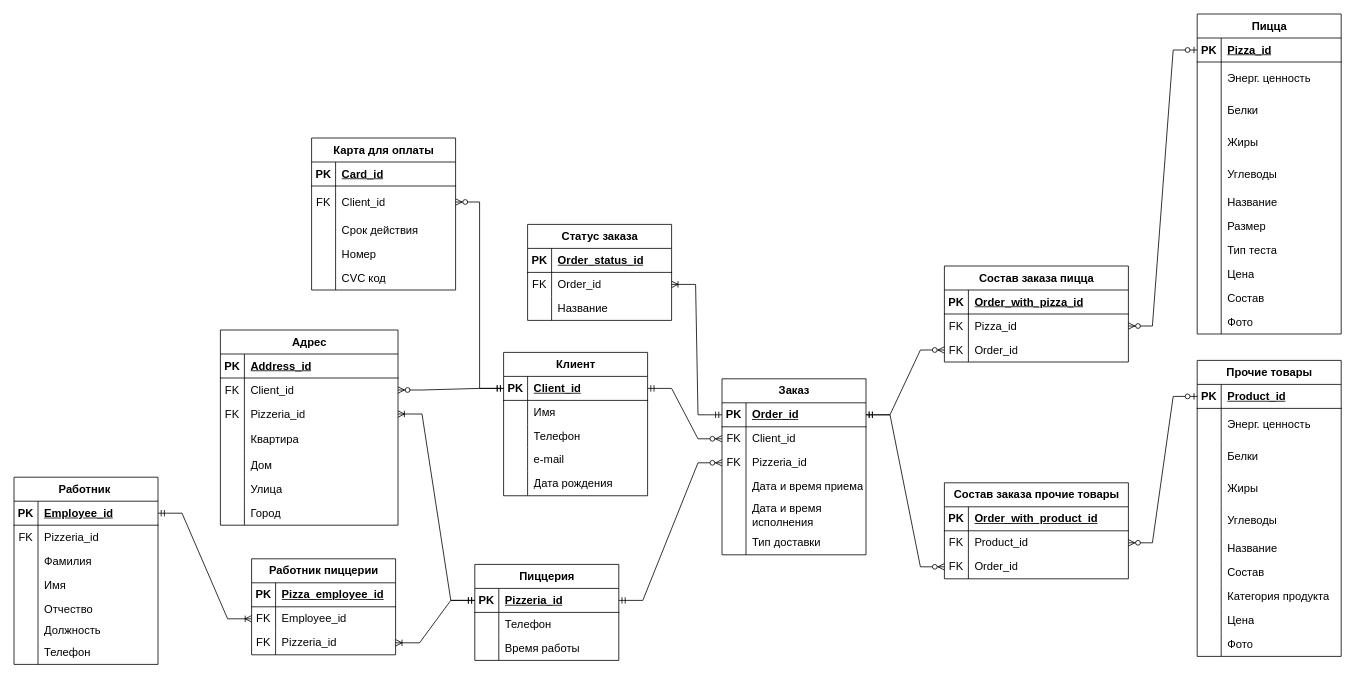
Earlier version of the draw.io diagram logic_dodo.drawio (iudinads/ER-diagrams). Source tidied: cells renumbered, new cells numbered last; positions are measured from the earlier drawing's top-left corner, leaving out a move shared by most shapes. Both pictures are drawn from the tidied source at 80%, with x=0, y=0 at pixel (14, 14).
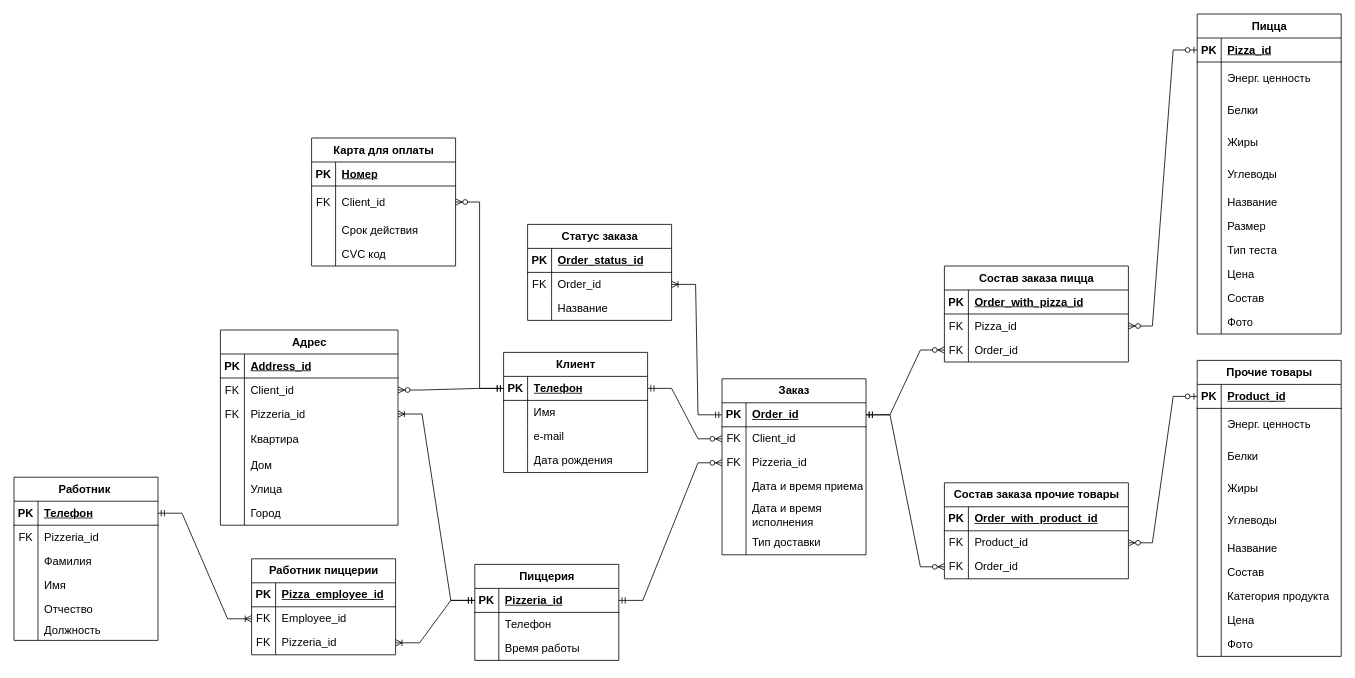
The same diagram, later.

Unchanged cells that the change refers to:
```xml
<mxCell id="3" style="shape=tableRow;horizontal=0;startSize=0;swimlaneHead=0;swimlaneBody=0;fillColor=none;top=0;left=0;right=0;bottom=1;fontSize=14;" parent="2" vertex="1">
  <mxGeometry y="30" width="180" height="30" as="geometry" />
</mxCell>
<mxCell id="41" style="shape=tableRow;horizontal=0;startSize=0;swimlaneHead=0;swimlaneBody=0;fillColor=none;points=[[0,0.5],[1,0.5]];portConstraint=eastwest;top=0;left=0;right=0;bottom=1;fontSize=14;" parent="40" vertex="1">
  <mxGeometry y="30" width="180" height="30" as="geometry" />
</mxCell>
<mxCell id="152" style="shape=tableRow;horizontal=0;startSize=0;swimlaneHead=0;swimlaneBody=0;fillColor=none;points=[[0,0.5],[1,0.5]];portConstraint=eastwest;top=0;left=0;right=0;bottom=1;fontSize=14;" parent="151" vertex="1">
  <mxGeometry y="30" width="180" height="30" as="geometry" />
</mxCell>
```

Diff of the diagram source:
```diff
@@
     <mxCell id="2" value="Карта для оплаты" style="shape=table;startSize=30;childLayout=tableLayout;rowLines=0;fontStyle=1;align=center;html=1;fontSize=14;" parent="1" vertex="1">
-      <mxGeometry x="372" y="155" width="180" height="190" as="geometry" />
+      <mxGeometry x="372" y="155" width="180" height="160" as="geometry" />
     </mxCell>
@@
-    <mxCell id="5" value="Card_id" style="shape=partialRectangle;fillColor=none;top=0;left=0;bottom=0;right=0;align=left;spacingLeft=6;fontStyle=5;overflow=hidden;whiteSpace=wrap;html=1;fontSize=14;" parent="3" vertex="1">
+    <mxCell id="5" value="Номер" style="shape=partialRectangle;fillColor=none;top=0;left=0;bottom=0;right=0;align=left;spacingLeft=6;fontStyle=5;overflow=hidden;whiteSpace=wrap;html=1;fontSize=14;" parent="3" vertex="1">
       <mxGeometry x="30" width="150" height="30" as="geometry" />
     </mxCell>
@@
-    <mxCell id="12" style="shape=tableRow;horizontal=0;startSize=0;swimlaneHead=0;swimlaneBody=0;fillColor=none;top=0;left=0;right=0;bottom=0;fontSize=14;" parent="2" vertex="1">
-      <mxGeometry y="130" width="180" height="30" as="geometry" />
-    </mxCell>
-    <mxCell id="13" style="shape=partialRectangle;fillColor=none;top=0;left=0;bottom=0;right=0;overflow=hidden;whiteSpace=wrap;html=1;fontSize=14;" parent="12" vertex="1">
-      <mxGeometry width="30" height="30" as="geometry" />
-    </mxCell>
-    <mxCell id="14" value="Номер" style="shape=partialRectangle;fillColor=none;top=0;left=0;bottom=0;right=0;align=left;spacingLeft=6;overflow=hidden;whiteSpace=wrap;html=1;fontSize=14;" parent="12" vertex="1">
-      <mxGeometry x="30" width="150" height="30" as="geometry" />
-    </mxCell>
     <mxCell id="15" style="shape=tableRow;horizontal=0;startSize=0;swimlaneHead=0;swimlaneBody=0;fillColor=none;top=0;left=0;right=0;bottom=0;fontSize=14;" parent="2" vertex="1">
-      <mxGeometry y="160" width="180" height="30" as="geometry" />
+      <mxGeometry y="130" width="180" height="30" as="geometry" />
     </mxCell>
@@
     <mxCell id="40" value="Клиент" style="shape=table;startSize=30;childLayout=tableLayout;rowLines=0;fontStyle=1;align=center;html=1;fontSize=14;" parent="1" vertex="1">
-      <mxGeometry x="612" y="423" width="180" height="179.2" as="geometry" />
+      <mxGeometry x="612" y="423" width="180" height="150.2" as="geometry" />
     </mxCell>
@@
-    <mxCell id="43" value="Client_id" style="shape=partialRectangle;fillColor=none;top=0;left=0;bottom=0;right=0;align=left;spacingLeft=6;fontStyle=5;overflow=hidden;whiteSpace=wrap;html=1;fontSize=14;" parent="41" vertex="1">
+    <mxCell id="43" value="Телефон" style="shape=partialRectangle;fillColor=none;top=0;left=0;bottom=0;right=0;align=left;spacingLeft=6;fontStyle=5;overflow=hidden;whiteSpace=wrap;html=1;fontSize=14;" parent="41" vertex="1">
       <mxGeometry x="30" width="150" height="30" as="geometry" />
     </mxCell>
@@
-    <mxCell id="47" style="shape=tableRow;horizontal=0;startSize=0;swimlaneHead=0;swimlaneBody=0;fillColor=none;top=0;left=0;right=0;bottom=0;fontSize=14;" parent="40" vertex="1">
-      <mxGeometry y="90" width="180" height="29" as="geometry" />
-    </mxCell>
-    <mxCell id="48" style="shape=partialRectangle;fillColor=none;top=0;left=0;bottom=0;right=0;overflow=hidden;whiteSpace=wrap;html=1;fontSize=14;" parent="47" vertex="1">
-      <mxGeometry width="30" height="29" as="geometry" />
-    </mxCell>
-    <mxCell id="49" value="Телефон" style="shape=partialRectangle;fillColor=none;top=0;left=0;bottom=0;right=0;align=left;spacingLeft=6;overflow=hidden;whiteSpace=wrap;html=1;fontSize=14;" parent="47" vertex="1">
-      <mxGeometry x="30" width="150" height="29" as="geometry" />
-    </mxCell>
     <mxCell id="50" style="shape=tableRow;horizontal=0;startSize=0;swimlaneHead=0;swimlaneBody=0;fillColor=none;top=0;left=0;right=0;bottom=0;fontSize=14;" parent="40" vertex="1">
-      <mxGeometry y="119" width="180" height="30" as="geometry" />
+      <mxGeometry y="90" width="180" height="30" as="geometry" />
     </mxCell>
@@
     <mxCell id="53" style="shape=tableRow;horizontal=0;startSize=0;swimlaneHead=0;swimlaneBody=0;fillColor=none;top=0;left=0;right=0;bottom=0;fontSize=14;" parent="40" vertex="1">
-      <mxGeometry y="149" width="180" height="30" as="geometry" />
+      <mxGeometry y="120" width="180" height="30" as="geometry" />
     </mxCell>
@@
     <mxCell id="151" value="Работник&amp;nbsp;" style="shape=table;startSize=30;childLayout=tableLayout;rowLines=0;fontStyle=1;align=center;html=1;fontSize=14;" parent="1" vertex="1">
-      <mxGeometry y="579" width="180" height="234" as="geometry" />
+      <mxGeometry y="579" width="180" height="204" as="geometry" />
     </mxCell>
@@
-    <mxCell id="154" value="Employee_id" style="shape=partialRectangle;fillColor=none;top=0;left=0;bottom=0;right=0;align=left;spacingLeft=6;fontStyle=5;overflow=hidden;whiteSpace=wrap;html=1;fontSize=14;" parent="152" vertex="1">
+    <mxCell id="154" value="Телефон" style="shape=partialRectangle;fillColor=none;top=0;left=0;bottom=0;right=0;align=left;spacingLeft=6;fontStyle=5;overflow=hidden;whiteSpace=wrap;html=1;fontSize=14;" parent="152" vertex="1">
       <mxGeometry x="30" width="150" height="30" as="geometry" />
     </mxCell>
@@
-    <mxCell id="170" style="shape=tableRow;horizontal=0;startSize=0;swimlaneHead=0;swimlaneBody=0;fillColor=none;top=0;left=0;right=0;bottom=0;fontSize=14;" parent="151" vertex="1">
-      <mxGeometry y="204" width="180" height="30" as="geometry" />
-    </mxCell>
-    <mxCell id="171" style="shape=partialRectangle;fillColor=none;top=0;left=0;bottom=0;right=0;overflow=hidden;whiteSpace=wrap;html=1;fontSize=14;" parent="170" vertex="1">
-      <mxGeometry width="30" height="30" as="geometry" />
-    </mxCell>
-    <mxCell id="172" value="Телефон" style="shape=partialRectangle;fillColor=none;top=0;left=0;bottom=0;right=0;align=left;spacingLeft=6;overflow=hidden;whiteSpace=wrap;html=1;fontSize=14;" parent="170" vertex="1">
-      <mxGeometry x="30" width="150" height="30" as="geometry" />
-    </mxCell>
```
